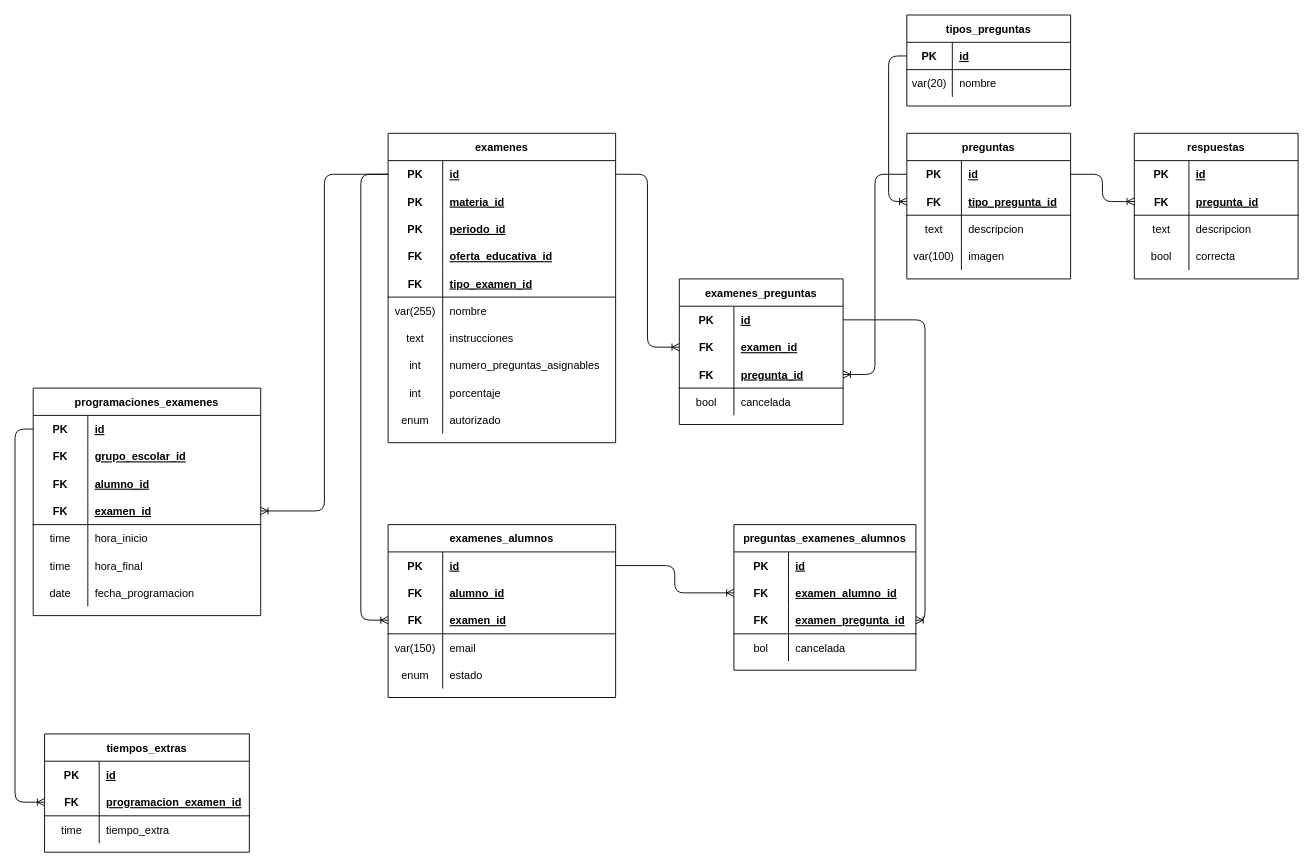
Carlos-Angel/database-escolar keeps this draw.io diagram as examenes/examenes.drawio. Above is the earlier version. Source tidied: cells renumbered, new cells numbered last; positions are measured from the earlier drawing's top-left corner, leaving out a move shared by most shapes. Both pictures are drawn from the tidied source at 91%, with x=0, y=0 at pixel (15, 15).
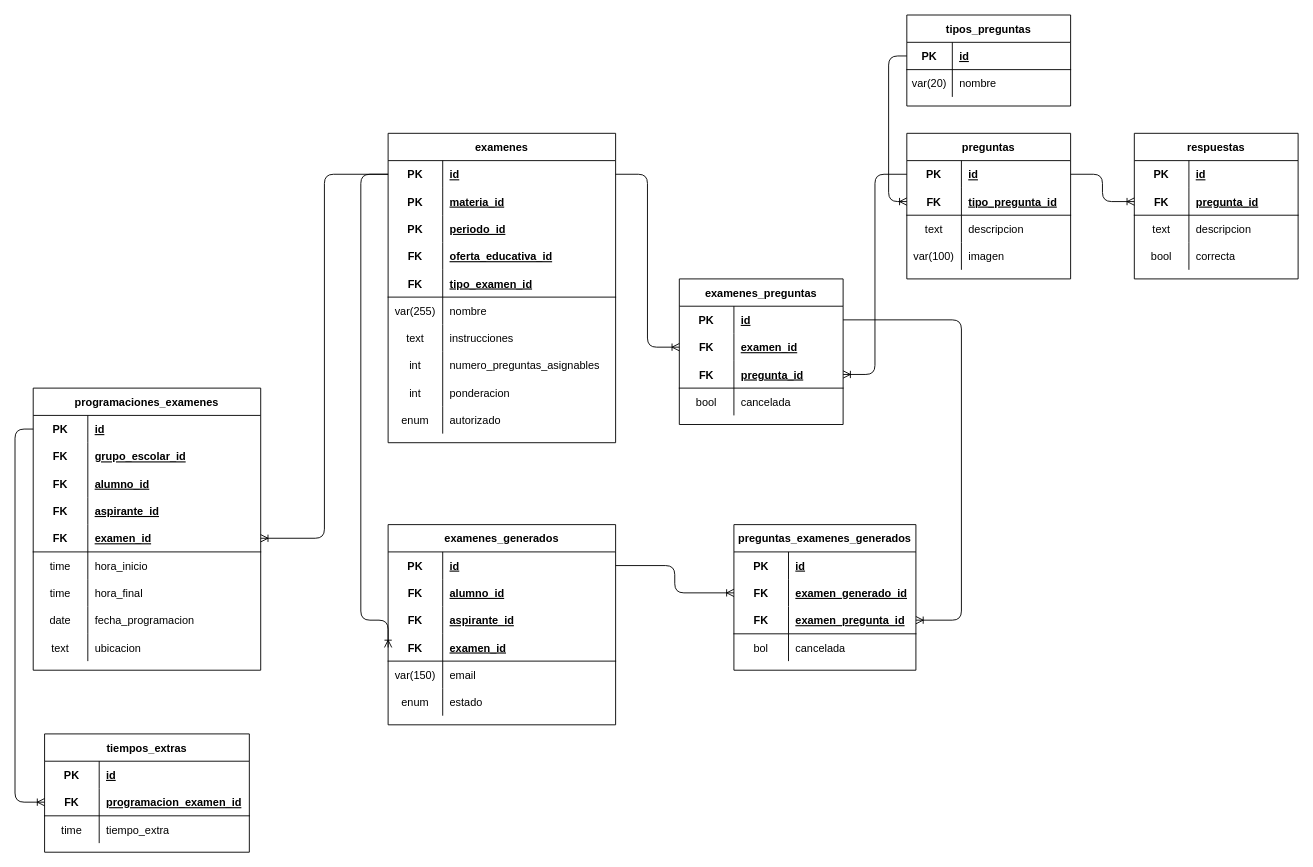
The same page after the edit.

Commit message:
refactor: cambiar examenes_alumnos por examenes_generados

The change refers to these unchanged cells:
```xml
<mxCell id="62" style="shape=partialRectangle;fillColor=none;top=0;left=0;bottom=0;right=0;" parent="37" vertex="1">
  <mxGeometry y="270" width="250" height="30" as="geometry" />
</mxCell>
<mxCell id="69" style="shape=partialRectangle;fillColor=none;top=0;left=0;bottom=0;right=0;points=[[0,0.5],[1,0.5]];portConstraint=eastwest;" parent="68" vertex="1">
  <mxGeometry y="30" width="180" height="30" as="geometry" />
</mxCell>
<mxCell id="103" style="shape=partialRectangle;fillColor=none;top=0;left=0;bottom=0;right=0;points=[[0,0.5],[1,0.5]];portConstraint=eastwest;" parent="99" vertex="1">
  <mxGeometry y="60" width="200" height="30" as="geometry" />
</mxCell>
<mxCell id="106" style="shape=partialRectangle;fillColor=none;top=0;left=0;bottom=1;right=0;points=[[0,0.5],[1,0.5]];portConstraint=eastwest;" parent="99" vertex="1">
  <mxGeometry y="90" width="200" height="30" as="geometry" />
</mxCell>
```

The edit, as a diff of the source:
```diff
@@
-    <mxCell id="64" value="porcentaje" style="shape=partialRectangle;fillColor=none;top=0;left=0;bottom=0;right=0;align=left;spacingLeft=6;overflow=hidden;" parent="62" vertex="1">
+    <mxCell id="64" value="ponderacion" style="shape=partialRectangle;fillColor=none;top=0;left=0;bottom=0;right=0;align=left;spacingLeft=6;overflow=hidden;" parent="62" vertex="1">
       <mxGeometry x="60" width="190" height="30" as="geometry" />
     </mxCell>
@@
-    <mxCell id="83" value="examenes_alumnos" style="shape=table;startSize=30;childLayout=tableLayout;rowLines=0;fontStyle=1;align=center;" parent="1" vertex="1">
-      <mxGeometry x="410" y="560" width="250" height="190" as="geometry" />
+    <mxCell id="83" value="examenes_generados" style="shape=table;startSize=30;childLayout=tableLayout;rowLines=0;fontStyle=1;align=center;" parent="1" vertex="1">
+      <mxGeometry x="410" y="560" width="250" height="220" as="geometry" />
     </mxCell>
@@
+    <mxCell id="149" style="shape=partialRectangle;fillColor=none;top=0;left=0;bottom=0;right=0;" parent="83" vertex="1">
+      <mxGeometry y="90" width="250" height="30" as="geometry" />
+    </mxCell>
+    <mxCell id="150" value="FK" style="shape=partialRectangle;fillColor=none;top=0;left=0;bottom=0;right=0;fontStyle=1;overflow=hidden;" parent="149" vertex="1">
+      <mxGeometry width="60" height="30" as="geometry" />
+    </mxCell>
+    <mxCell id="151" value="aspirante_id" style="shape=partialRectangle;fillColor=none;top=0;left=0;bottom=0;right=0;align=left;spacingLeft=6;fontStyle=5;overflow=hidden;" parent="149" vertex="1">
+      <mxGeometry x="60" width="190" height="30" as="geometry" />
+    </mxCell>
     <mxCell id="90" style="shape=partialRectangle;fillColor=none;top=0;left=0;bottom=1;right=0;points=[[0,0.5],[1,0.5]];portConstraint=eastwest;" parent="83" vertex="1">
-      <mxGeometry y="90" width="250" height="30" as="geometry" />
+      <mxGeometry y="120" width="250" height="30" as="geometry" />
     </mxCell>
@@
     <mxCell id="93" style="shape=partialRectangle;fillColor=none;top=0;left=0;bottom=0;right=0;" parent="83" vertex="1">
-      <mxGeometry y="120" width="250" height="30" as="geometry" />
+      <mxGeometry y="150" width="250" height="30" as="geometry" />
     </mxCell>
@@
     <mxCell id="96" style="shape=partialRectangle;fillColor=none;top=0;left=0;bottom=0;right=0;" parent="83" vertex="1">
-      <mxGeometry y="150" width="250" height="30" as="geometry" />
+      <mxGeometry y="180" width="250" height="30" as="geometry" />
     </mxCell>
@@
-    <mxCell id="99" value="preguntas_examenes_alumnos" style="shape=table;startSize=30;childLayout=tableLayout;rowLines=0;fontStyle=1;align=center;" parent="1" vertex="1">
+    <mxCell id="99" value="preguntas_examenes_generados" style="shape=table;startSize=30;childLayout=tableLayout;rowLines=0;fontStyle=1;align=center;" parent="1" vertex="1">
       <mxGeometry x="790" y="560" width="200" height="160" as="geometry" />
     </mxCell>
@@
-    <mxCell id="105" value="examen_alumno_id" style="shape=partialRectangle;fillColor=none;top=0;left=0;bottom=0;right=0;align=left;spacingLeft=6;fontStyle=5;overflow=hidden;" parent="103" vertex="1">
+    <mxCell id="105" value="examen_generado_id" style="shape=partialRectangle;fillColor=none;top=0;left=0;bottom=0;right=0;align=left;spacingLeft=6;fontStyle=5;overflow=hidden;" parent="103" vertex="1">
       <mxGeometry x="60" width="140" height="30" as="geometry" />
     </mxCell>
@@
     <mxCell id="113" style="edgeStyle=orthogonalEdgeStyle;fontSize=12;html=1;endArrow=ERoneToMany;exitX=1;exitY=0.5;exitDx=0;exitDy=0;entryX=1;entryY=0.5;entryDx=0;entryDy=0;" parent="1" edge="1" source="69" target="106">
-      <mxGeometry relative="1" as="geometry" />
+      <mxGeometry relative="1" as="geometry">
+        <Array as="points">
+          <mxPoint x="1040" y="335" />
+          <mxPoint x="1040" y="665" />
+        </Array>
+      </mxGeometry>
     </mxCell>
     <mxCell id="114" value="programaciones_examenes" style="shape=table;startSize=30;childLayout=tableLayout;rowLines=0;fontStyle=1;align=center;" parent="1" vertex="1">
-      <mxGeometry x="20" y="410" width="250" height="250" as="geometry" />
+      <mxGeometry x="20" y="410" width="250" height="310" as="geometry" />
     </mxCell>
@@
+    <mxCell id="152" style="shape=partialRectangle;fillColor=none;top=0;left=0;bottom=0;right=0;" parent="114" vertex="1">
+      <mxGeometry y="120" width="250" height="30" as="geometry" />
+    </mxCell>
+    <mxCell id="153" value="FK" style="shape=partialRectangle;fillColor=none;top=0;left=0;bottom=0;right=0;fontStyle=1;overflow=hidden;" parent="152" vertex="1">
+      <mxGeometry width="60" height="30" as="geometry" />
+    </mxCell>
+    <mxCell id="154" value="aspirante_id" style="shape=partialRectangle;fillColor=none;top=0;left=0;bottom=0;right=0;align=left;spacingLeft=6;fontStyle=5;overflow=hidden;" parent="152" vertex="1">
+      <mxGeometry x="60" width="190" height="30" as="geometry" />
+    </mxCell>
     <mxCell id="124" style="shape=partialRectangle;fillColor=none;top=0;left=0;bottom=1;right=0;points=[[0,0.5],[1,0.5]];portConstraint=eastwest;" parent="114" vertex="1">
-      <mxGeometry y="120" width="250" height="30" as="geometry" />
+      <mxGeometry y="150" width="250" height="30" as="geometry" />
     </mxCell>
@@
     <mxCell id="127" style="shape=partialRectangle;fillColor=none;top=0;left=0;bottom=0;right=0;" parent="114" vertex="1">
-      <mxGeometry y="150" width="250" height="30" as="geometry" />
+      <mxGeometry y="180" width="250" height="30" as="geometry" />
     </mxCell>
@@
     <mxCell id="130" style="shape=partialRectangle;fillColor=none;top=0;left=0;bottom=0;right=0;" parent="114" vertex="1">
-      <mxGeometry y="180" width="250" height="30" as="geometry" />
+      <mxGeometry y="210" width="250" height="30" as="geometry" />
     </mxCell>
@@
     <mxCell id="133" style="shape=partialRectangle;fillColor=none;top=0;left=0;bottom=0;right=0;" parent="114" vertex="1">
-      <mxGeometry y="210" width="250" height="30" as="geometry" />
+      <mxGeometry y="240" width="250" height="30" as="geometry" />
     </mxCell>
@@
+    <mxCell id="155" style="shape=partialRectangle;fillColor=none;top=0;left=0;bottom=0;right=0;" parent="114" vertex="1">
+      <mxGeometry y="270" width="250" height="30" as="geometry" />
+    </mxCell>
+    <mxCell id="156" value="text" style="shape=partialRectangle;fillColor=none;top=0;left=0;bottom=0;right=0;overflow=hidden;" parent="155" vertex="1">
+      <mxGeometry width="60" height="30" as="geometry" />
+    </mxCell>
+    <mxCell id="157" value="ubicacion" style="shape=partialRectangle;fillColor=none;top=0;left=0;bottom=0;right=0;align=left;spacingLeft=6;overflow=hidden;" parent="155" vertex="1">
+      <mxGeometry x="60" width="190" height="30" as="geometry" />
+    </mxCell>
```
